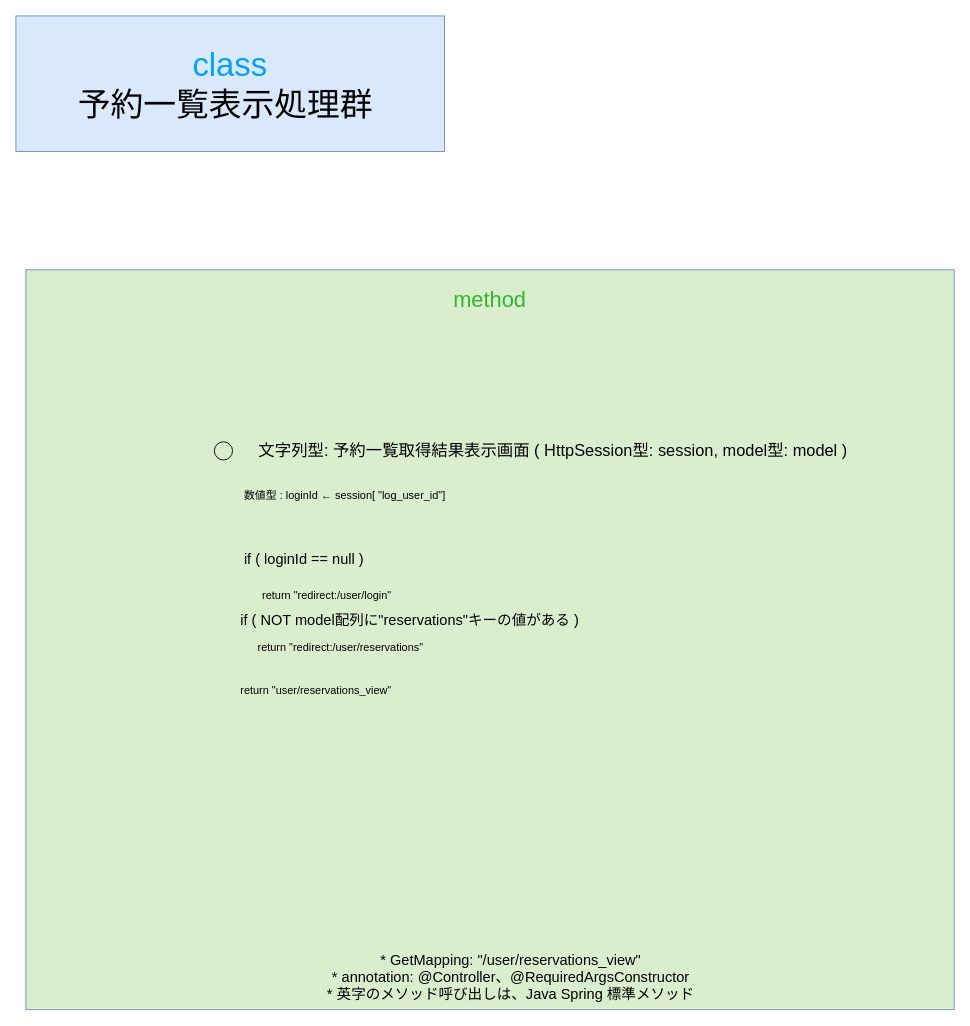
Above: gijigengo/controller/view/user/meeting_reservation_sys controller_view_user ReservationsGetViewControllerクラス 疑似言語.drawio in tro319/meeting_reservation_system (draw.io), before the change. Source tidied: cells renumbered, new cells numbered last; positions are measured from the earlier drawing's top-left corner, leaving out a move shared by most shapes. Both pictures are drawn from the tidied source at 91%, with x=0, y=0 at pixel (15, 15).
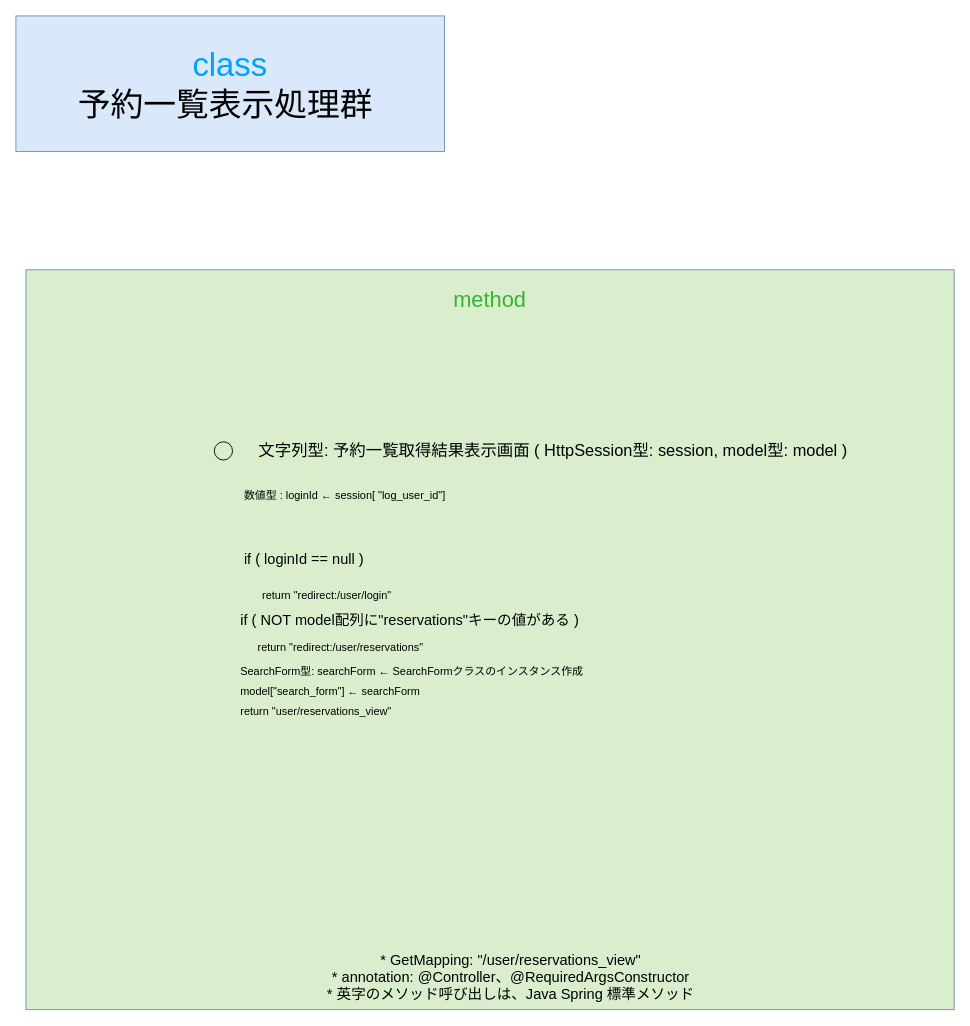
The same page after the edit.

What changed in the source:
```diff
@@
 <mxGraphModel>
   <root>
     <mxCell id="0" />
     <mxCell id="1" parent="0" />
     <mxCell id="2" value="&lt;div&gt;&lt;span style=&quot;color: rgb(0, 161, 255);&quot;&gt;class&lt;/span&gt;&lt;/div&gt;&lt;div&gt;予約一覧表示処理群&amp;nbsp;&lt;/div&gt;" style="text;html=1;whiteSpace=wrap;strokeColor=#6c8ebf;fillColor=#dae8fc;align=center;verticalAlign=middle;rounded=0;fontSize=36;" parent="1" vertex="1">
       <mxGeometry width="471" height="149" as="geometry" />
     </mxCell>
     <mxCell id="3" value="&lt;div&gt;&lt;font style=&quot;font-size: 24px;&quot;&gt;&lt;span style=&quot;color: rgb(50, 182, 49);&quot;&gt;&lt;span style=&quot;&quot;&gt;&lt;span style=&quot;&quot;&gt;&lt;span&gt;method&lt;/span&gt;&lt;/span&gt;&lt;/span&gt;&lt;/span&gt;&lt;/font&gt;&lt;/div&gt;&lt;div&gt;&lt;font style=&quot;font-size: 24px;&quot;&gt;&lt;span style=&quot;color: rgba(0, 0, 0, 0);&quot;&gt;&lt;span style=&quot;color: rgba(0, 0, 0, 0);&quot;&gt;&lt;span style=&quot;&quot;&gt;&lt;span style=&quot;&quot;&gt;&lt;br&gt;&lt;/span&gt;&lt;/span&gt;&lt;/span&gt;&lt;/span&gt;&lt;/font&gt;&lt;/div&gt;" style="text;html=1;whiteSpace=wrap;strokeColor=#6c8ebf;fillColor=light-dark(#daeece, #214210);align=center;verticalAlign=top;rounded=0;fontSize=36;fontColor=#00A1FF;" parent="1" vertex="1">
       <mxGeometry x="11" y="279" width="1020" height="813" as="geometry" />
     </mxCell>
     <mxCell id="4" value="&lt;div&gt;&lt;span style=&quot;color: rgb(0, 0, 0);&quot;&gt;&lt;font&gt;数値型 : loginId ←&amp;nbsp;&lt;/font&gt;&lt;/span&gt;&lt;span style=&quot;color: rgb(0, 0, 0);&quot;&gt;&lt;font&gt;session[ &quot;log_user_id&quot;]&lt;/font&gt;&lt;/span&gt;&lt;/div&gt;" style="text;html=1;whiteSpace=wrap;strokeColor=none;fillColor=none;align=left;verticalAlign=middle;rounded=0;fontSize=12;" parent="1" vertex="1">
       <mxGeometry x="249" y="512" width="590" height="30" as="geometry" />
     </mxCell>
     <mxCell id="5" value="&lt;div&gt;&lt;span&gt;&lt;span&gt;&lt;span style=&quot;color: rgb(0, 0, 0);&quot;&gt;&lt;font style=&quot;font-size: 16px;&quot;&gt;* GetMapping: &quot;/user/reservations_view&quot;&lt;/font&gt;&lt;/span&gt;&lt;/span&gt;&lt;/span&gt;&lt;/div&gt;&lt;div&gt;&lt;span&gt;&lt;span&gt;&lt;span style=&quot;color: rgb(0, 0, 0);&quot;&gt;&lt;font style=&quot;font-size: 16px;&quot;&gt;* annotation: @Controller、@RequiredArgsConstructor&lt;/font&gt;&lt;/span&gt;&lt;/span&gt;&lt;/span&gt;&lt;/div&gt;&lt;div&gt;&lt;span&gt;&lt;span&gt;&lt;span style=&quot;color: rgb(0, 0, 0);&quot;&gt;&lt;font style=&quot;font-size: 16px;&quot;&gt;* 英字のメソッド呼び出しは、Java Spring 標準メソッド&lt;/font&gt;&lt;/span&gt;&lt;/span&gt;&lt;/span&gt;&lt;/div&gt;" style="text;html=1;whiteSpace=wrap;strokeColor=none;fillColor=none;align=center;verticalAlign=middle;rounded=0;" parent="1" vertex="1">
       <mxGeometry x="249" y="1041" width="590" height="30" as="geometry" />
     </mxCell>
     <mxCell id="6" value="&lt;div align=&quot;left&quot;&gt;&lt;span style=&quot;color: rgb(0, 0, 0);&quot;&gt;&lt;font style=&quot;font-size: 16px;&quot;&gt;if ( loginId == null )&amp;nbsp;&lt;/font&gt;&lt;/span&gt;&lt;/div&gt;" style="text;html=1;whiteSpace=wrap;strokeColor=none;fillColor=none;align=left;verticalAlign=middle;rounded=0;" parent="1" vertex="1">
       <mxGeometry x="249" y="582" width="590" height="30" as="geometry" />
     </mxCell>
     <mxCell id="7" value="return &quot;redirect:/user/login&quot;" style="text;html=1;whiteSpace=wrap;strokeColor=none;fillColor=none;align=left;verticalAlign=middle;rounded=0;" parent="1" vertex="1">
       <mxGeometry x="269" y="622" width="590" height="30" as="geometry" />
     </mxCell>
     <mxCell id="8" value="return &quot;user/reservations_view&quot;" style="text;html=1;whiteSpace=wrap;strokeColor=none;fillColor=none;align=left;verticalAlign=middle;rounded=0;" parent="1" vertex="1">
-      <mxGeometry x="245" y="727" width="590" height="30" as="geometry" />
+      <mxGeometry x="245" y="750" width="590" height="30" as="geometry" />
     </mxCell>
     <mxCell id="9" value="&amp;nbsp; &amp;nbsp; &amp;nbsp; &amp;nbsp; &amp;nbsp; &amp;nbsp; &amp;nbsp;" style="ellipse;whiteSpace=wrap;html=1;fillColor=none;" parent="1" vertex="1">
       <mxGeometry x="218" y="468" width="20" height="20" as="geometry" />
     </mxCell>
     <mxCell id="10" value="&lt;font style=&quot;font-size: 18px;&quot;&gt;&lt;span&gt;&lt;span&gt;&lt;span style=&quot;color: rgb(0, 0, 0);&quot;&gt;&lt;font&gt;文字列型: 予約一覧取得結果表示画面 ( HttpSession型: session, model型: model )&lt;/font&gt;&lt;/span&gt;&lt;/span&gt;&lt;/span&gt;&lt;/font&gt;" style="whiteSpace=wrap;html=1;fillColor=none;labelBorderColor=none;strokeColor=none;" parent="1" vertex="1">
       <mxGeometry x="249" y="463" width="683" height="30" as="geometry" />
     </mxCell>
     <mxCell id="11" value="&lt;div align=&quot;left&quot;&gt;&lt;span style=&quot;color: rgb(0, 0, 0);&quot;&gt;&lt;font style=&quot;font-size: 16px;&quot;&gt;if ( NOT model配列に&quot;reservations&quot;キーの値がある )&amp;nbsp;&lt;/font&gt;&lt;/span&gt;&lt;/div&gt;" style="text;html=1;whiteSpace=wrap;strokeColor=none;fillColor=none;align=left;verticalAlign=middle;rounded=0;" parent="1" vertex="1">
       <mxGeometry x="245" y="649" width="590" height="30" as="geometry" />
     </mxCell>
     <mxCell id="12" value="return &quot;redirect:/user/reservations&quot;" style="text;html=1;whiteSpace=wrap;strokeColor=none;fillColor=none;align=left;verticalAlign=middle;rounded=0;" parent="1" vertex="1">
       <mxGeometry x="264" y="679" width="590" height="30" as="geometry" />
     </mxCell>
+    <mxCell id="13" value="SearchForm型: searchForm ← SearchFormクラスのインスタンス作成" style="text;html=1;whiteSpace=wrap;strokeColor=none;fillColor=none;align=left;verticalAlign=middle;rounded=0;" parent="1" vertex="1">
+      <mxGeometry x="245" y="706" width="590" height="30" as="geometry" />
+    </mxCell>
+    <mxCell id="14" value="model[&quot;search_form&quot;] ← searchForm" style="text;html=1;whiteSpace=wrap;strokeColor=none;fillColor=none;align=left;verticalAlign=middle;rounded=0;" parent="1" vertex="1">
+      <mxGeometry x="245" y="728" width="590" height="30" as="geometry" />
+    </mxCell>
   </root>
 </mxGraphModel>
```
